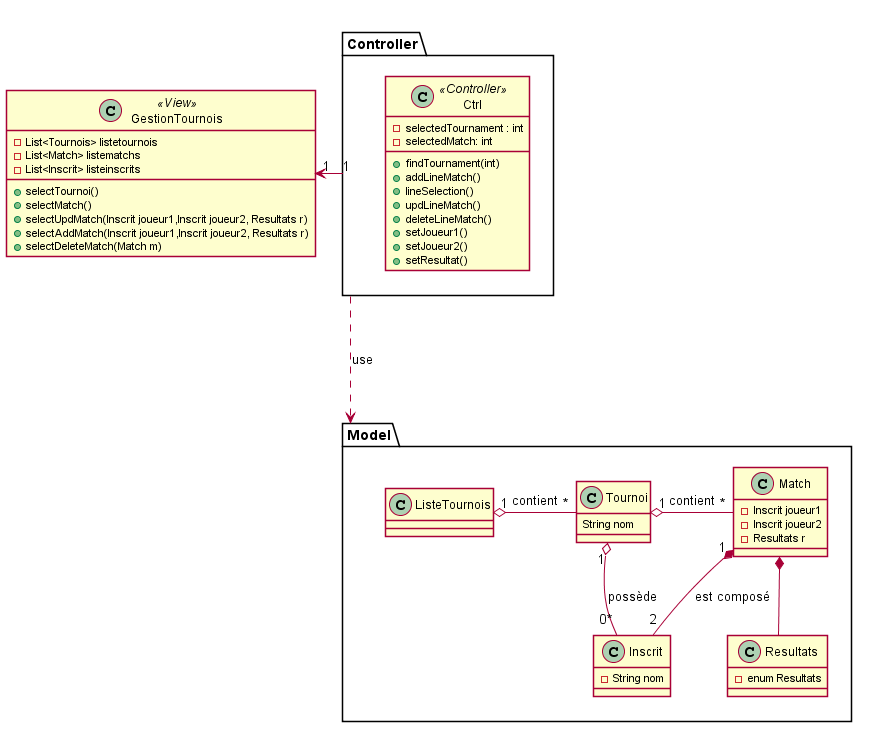
The PlantUML diagram ANC3-Diagramme/ClassDiagram/CDL.png in MatildeGr/Java-Tournament-Management, before a commit.
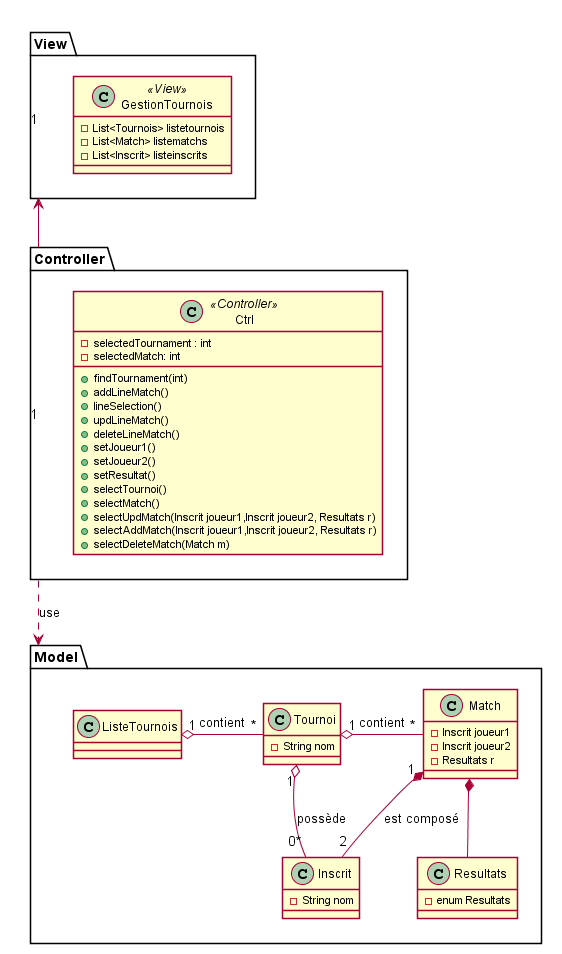
Later version of the same file.

Commit message:
Ajustement CDL et CDC(package, methode ctlr, attribut cdc)

The edit, as a diff of the source:
```diff
@@ -4,7 +4,7 @@
 
 package Model{
     class Tournoi{
-        String nom
+        - String nom
     }
     class Match{
         -Inscrit joueur1
@@ -33,24 +33,27 @@
         +setJoueur1()
         +setJoueur2()
         +setResultat()
+        +selectTournoi()
+        +selectMatch()
+        +selectUpdMatch(Inscrit joueur1,Inscrit joueur2, Resultats r)
+        +selectAddMatch(Inscrit joueur1,Inscrit joueur2, Resultats r)
+        +selectDeleteMatch(Match m)
 
     }
 }
-class GestionTournois<<View>>{
-    -List<Tournois> listetournois
-    -List<Match> listematchs
-    -List<Inscrit> listeinscrits
-    +selectTournoi()
-    +selectMatch()
-    +selectUpdMatch(Inscrit joueur1,Inscrit joueur2, Resultats r)
-    +selectAddMatch(Inscrit joueur1,Inscrit joueur2, Resultats r)
-    +selectDeleteMatch(Match m)
+package View {
+    class GestionTournois<<View>>{
+        -List<Tournois> listetournois
+        -List<Match> listematchs
+        -List<Inscrit> listeinscrits
+
+    }
 }
 ListeTournois "1" o-r- "*" Tournoi : contient
-Tournoi "1" o-right- "*" Match : contient
+Tournoi "1" o-r- "*" Match : contient
 Tournoi "1" o-- "0*" Inscrit : possède
 Match "1" *-- "2" Inscrit :est composé
 Match *-- Resultats
-Controller -u..> Model : use
-Controller"1" -l-> "1" GestionTournois
+Controller ..> Model : use
+View"1" <--"1" Controller
 @enduml
```
